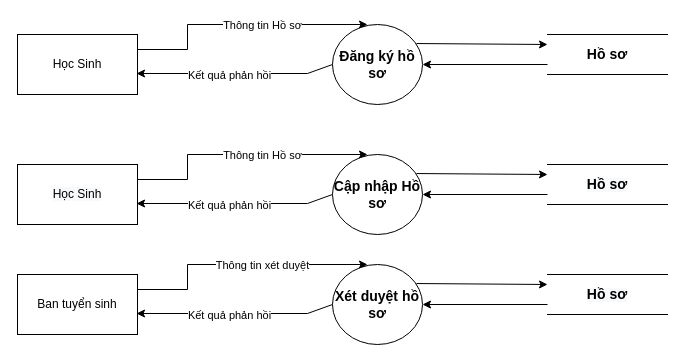
The draw.io diagram page "Biểu đồ luồng dữ liệu mức dưới đỉnh - QL Hồ Sơ" (9 of 12) of 1. Bao Cao/DATN.drawio in truongquangkhai99/TrinhVanTu_DATN, before the edit. Source tidied: cells renumbered, new cells numbered last; positions are measured from the earlier drawing's top-left corner, leaving out a move shared by most shapes. Both pictures are drawn from the tidied source at 100%, with x=0, y=0 at pixel (17, 24).
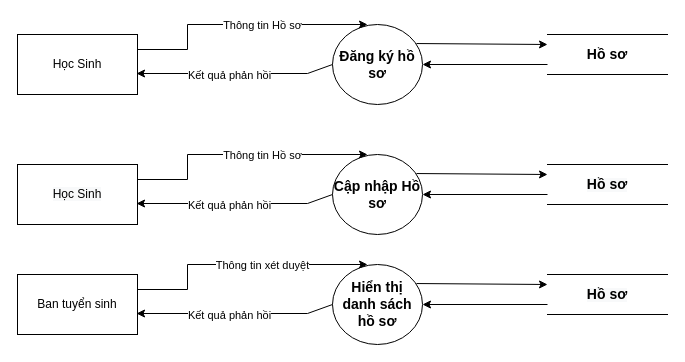
The same diagram, later.

The edit, as a diff of the source:
```diff
@@
-    <mxCell id="3" value="&lt;span style=&quot;font-size: 14px&quot;&gt;&lt;b&gt;Xét duyệt hồ sơ&lt;/b&gt;&lt;/span&gt;" style="ellipse;whiteSpace=wrap;html=1;" parent="1" vertex="1">
+    <mxCell id="3" value="&lt;span style=&quot;font-size: 14px&quot;&gt;&lt;b&gt;Hiển thị danh sách hồ sơ&lt;/b&gt;&lt;/span&gt;" style="ellipse;whiteSpace=wrap;html=1;" parent="1" vertex="1">
       <mxGeometry x="315" y="240" width="90" height="80" as="geometry" />
     </mxCell>
```
